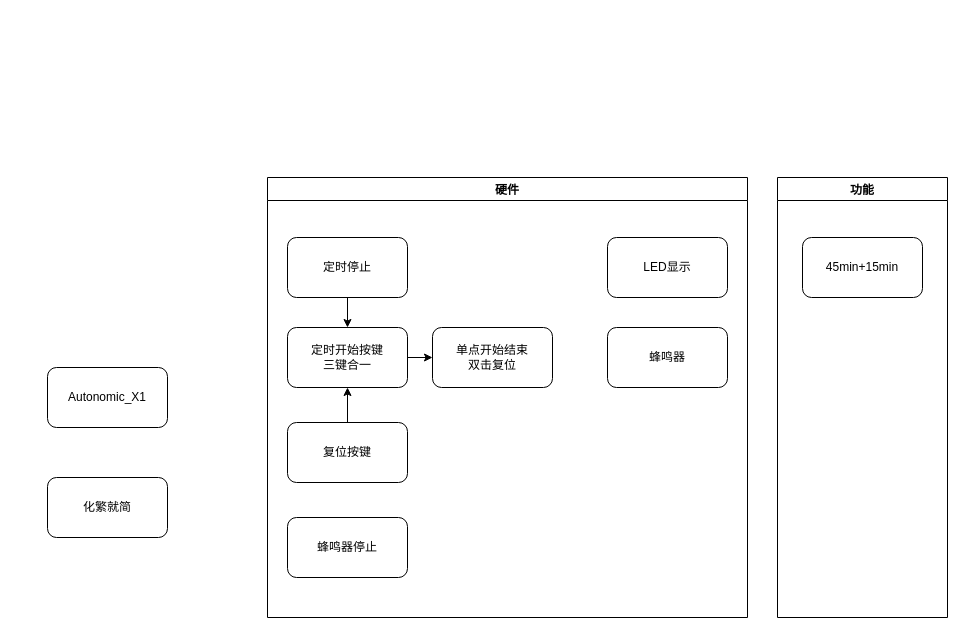
Above: Ideas/功能流程.drawio in DDH-qiu/DIY_Timer (draw.io), before the change. Source tidied: cells renumbered, new cells numbered last; positions are measured from the earlier drawing's top-left corner, leaving out a move shared by most shapes. Both pictures are drawn from the tidied source at 100%, with x=0, y=0 at pixel (47, 177).
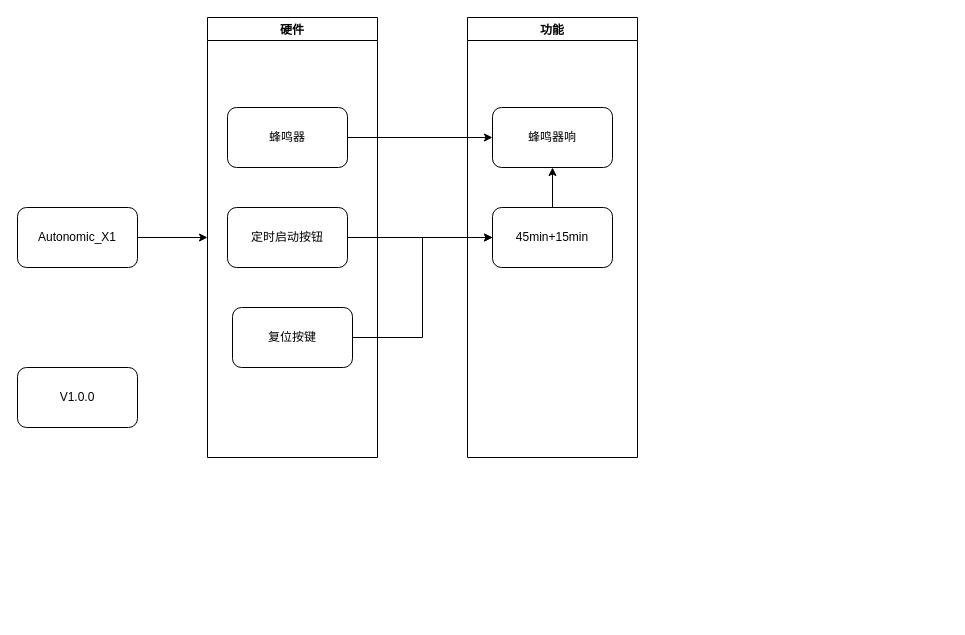
After the change.

Change to the diagram source:
```diff
@@
 <mxGraphModel>
   <root>
     <mxCell id="0" />
     <mxCell id="1" parent="0" />
+    <mxCell id="17" style="edgeStyle=orthogonalEdgeStyle;rounded=0;jettySize=auto;html=1;entryX=0;entryY=0.5;entryDx=0;entryDy=0;endArrow=classic;endFill=1;" parent="1" edge="1" source="2" target="3">
+      <mxGeometry relative="1" as="geometry" />
+    </mxCell>
     <mxCell id="2" value="Autonomic_X1" style="rounded=1;whiteSpace=wrap;html=1;" parent="1" vertex="1">
-      <mxGeometry y="190" width="120" height="60" as="geometry" />
+      <mxGeometry x="-30" y="30" width="120" height="60" as="geometry" />
     </mxCell>
     <mxCell id="3" value="硬件" style="swimlane;glass=0;" parent="1" vertex="1">
-      <mxGeometry x="220" width="480" height="440" as="geometry" />
+      <mxGeometry x="160" y="-160" width="170" height="440" as="geometry" />
     </mxCell>
-    <mxCell id="4" style="edgeStyle=orthogonalEdgeStyle;rounded=0;jettySize=auto;html=1;endArrow=classic;endFill=1;" parent="3" edge="1" source="5" target="7">
-      <mxGeometry relative="1" as="geometry" />
-    </mxCell>
     <mxCell id="5" value="复位按键" style="rounded=1;whiteSpace=wrap;html=1;" parent="3" vertex="1">
-      <mxGeometry x="20" y="245" width="120" height="60" as="geometry" />
+      <mxGeometry x="25" y="290" width="120" height="60" as="geometry" />
     </mxCell>
-    <mxCell id="6" style="edgeStyle=orthogonalEdgeStyle;rounded=0;jettySize=auto;html=1;endArrow=classic;endFill=1;" parent="3" edge="1" source="7" target="13">
-      <mxGeometry relative="1" as="geometry" />
-    </mxCell>
-    <mxCell id="7" value="定时开始按键&lt;br&gt;三键合一" style="rounded=1;whiteSpace=wrap;html=1;" parent="3" vertex="1">
-      <mxGeometry x="20" y="150" width="120" height="60" as="geometry" />
-    </mxCell>
-    <mxCell id="8" style="edgeStyle=orthogonalEdgeStyle;rounded=0;jettySize=auto;html=1;endArrow=classic;endFill=1;" parent="3" edge="1" source="9" target="7">
-      <mxGeometry relative="1" as="geometry" />
-    </mxCell>
-    <mxCell id="9" value="定时停止" style="rounded=1;whiteSpace=wrap;html=1;" parent="3" vertex="1">
-      <mxGeometry x="20" y="60" width="120" height="60" as="geometry" />
+    <mxCell id="9" value="定时启动按钮" style="rounded=1;whiteSpace=wrap;html=1;" parent="3" vertex="1">
+      <mxGeometry x="20" y="190" width="120" height="60" as="geometry" />
     </mxCell>
-    <mxCell id="10" value="蜂鸣器停止" style="rounded=1;whiteSpace=wrap;html=1;" parent="3" vertex="1">
-      <mxGeometry x="20" y="340" width="120" height="60" as="geometry" />
+    <mxCell id="10" value="蜂鸣器" style="rounded=1;whiteSpace=wrap;html=1;" parent="3" vertex="1">
+      <mxGeometry x="20" y="90" width="120" height="60" as="geometry" />
     </mxCell>
-    <mxCell id="11" value="LED显示" style="rounded=1;whiteSpace=wrap;html=1;" parent="3" vertex="1">
-      <mxGeometry x="340" y="60" width="120" height="60" as="geometry" />
-    </mxCell>
-    <mxCell id="12" value="蜂鸣器" style="rounded=1;whiteSpace=wrap;html=1;" parent="3" vertex="1">
-      <mxGeometry x="340" y="150" width="120" height="60" as="geometry" />
-    </mxCell>
-    <mxCell id="13" value="单点开始结束&lt;br&gt;双击复位" style="rounded=1;whiteSpace=wrap;html=1;" parent="3" vertex="1">
-      <mxGeometry x="165" y="150" width="120" height="60" as="geometry" />
-    </mxCell>
     <mxCell id="14" value="功能" style="swimlane;glass=0;" parent="1" vertex="1">
-      <mxGeometry x="730" width="170" height="440" as="geometry" />
+      <mxGeometry x="420" y="-160" width="170" height="440" as="geometry" />
     </mxCell>
+    <mxCell id="18" style="edgeStyle=orthogonalEdgeStyle;rounded=0;jettySize=auto;html=1;endArrow=classic;endFill=1;" parent="14" edge="1" source="15" target="19">
+      <mxGeometry relative="1" as="geometry" />
+    </mxCell>
     <mxCell id="15" value="45min+15min" style="rounded=1;whiteSpace=wrap;html=1;" parent="14" vertex="1">
-      <mxGeometry x="25" y="60" width="120" height="60" as="geometry" />
+      <mxGeometry x="25" y="190" width="120" height="60" as="geometry" />
     </mxCell>
+    <mxCell id="19" value="蜂鸣器响" style="rounded=1;whiteSpace=wrap;html=1;" parent="14" vertex="1">
+      <mxGeometry x="25" y="90" width="120" height="60" as="geometry" />
+    </mxCell>
-    <mxCell id="16" value="化繁就简" style="rounded=1;whiteSpace=wrap;html=1;glass=0;" parent="1" vertex="1">
-      <mxGeometry y="300" width="120" height="60" as="geometry" />
+    <mxCell id="16" value="V1.0.0" style="rounded=1;whiteSpace=wrap;html=1;glass=0;" parent="1" vertex="1">
+      <mxGeometry x="-30" y="190" width="120" height="60" as="geometry" />
     </mxCell>
+    <mxCell id="20" style="edgeStyle=orthogonalEdgeStyle;rounded=0;jettySize=auto;html=1;entryX=0;entryY=0.5;entryDx=0;entryDy=0;endArrow=classic;endFill=1;" parent="1" edge="1" source="10" target="19">
+      <mxGeometry relative="1" as="geometry" />
+    </mxCell>
+    <mxCell id="21" style="edgeStyle=orthogonalEdgeStyle;rounded=0;jettySize=auto;html=1;entryX=0;entryY=0.5;entryDx=0;entryDy=0;endArrow=classic;endFill=1;" parent="1" edge="1" source="9" target="15">
+      <mxGeometry relative="1" as="geometry" />
+    </mxCell>
+    <mxCell id="22" style="edgeStyle=orthogonalEdgeStyle;rounded=0;jettySize=auto;html=1;entryX=0;entryY=0.5;entryDx=0;entryDy=0;endArrow=classic;endFill=1;" parent="1" edge="1" source="5" target="15">
+      <mxGeometry relative="1" as="geometry" />
+    </mxCell>
   </root>
 </mxGraphModel>
```
